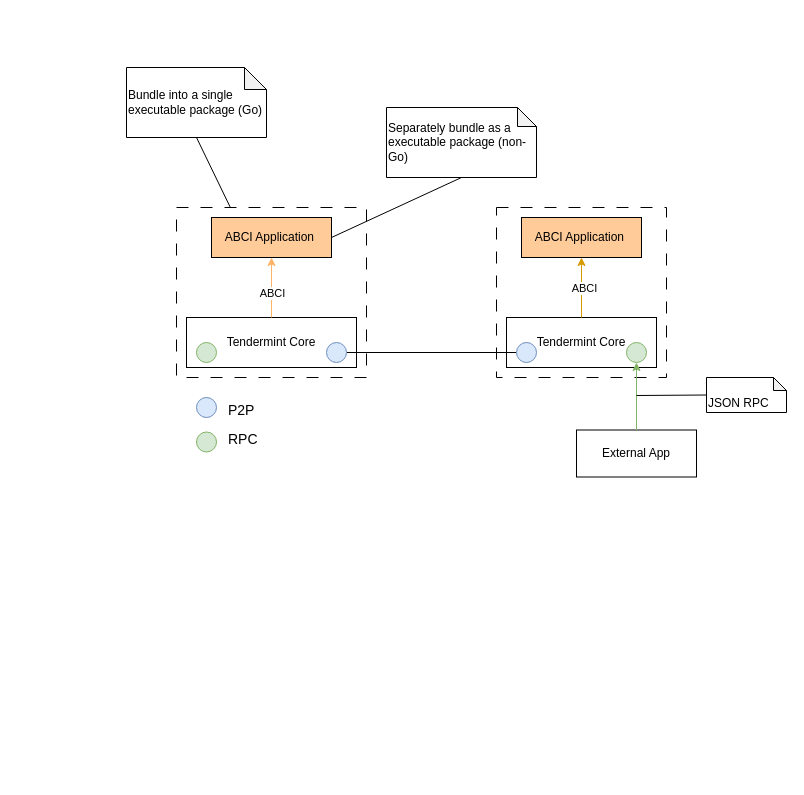
This is assets/drawio/tendermint-arch.drawio from paulwizviz/learn-tendermint, a draw.io file, before an edit. Source tidied: cells renumbered, new cells numbered last; positions are measured from the earlier drawing's top-left corner, leaving out a move shared by most shapes. Both pictures are drawn from the tidied source at 100%, with x=0, y=0 at pixel (126, 67).
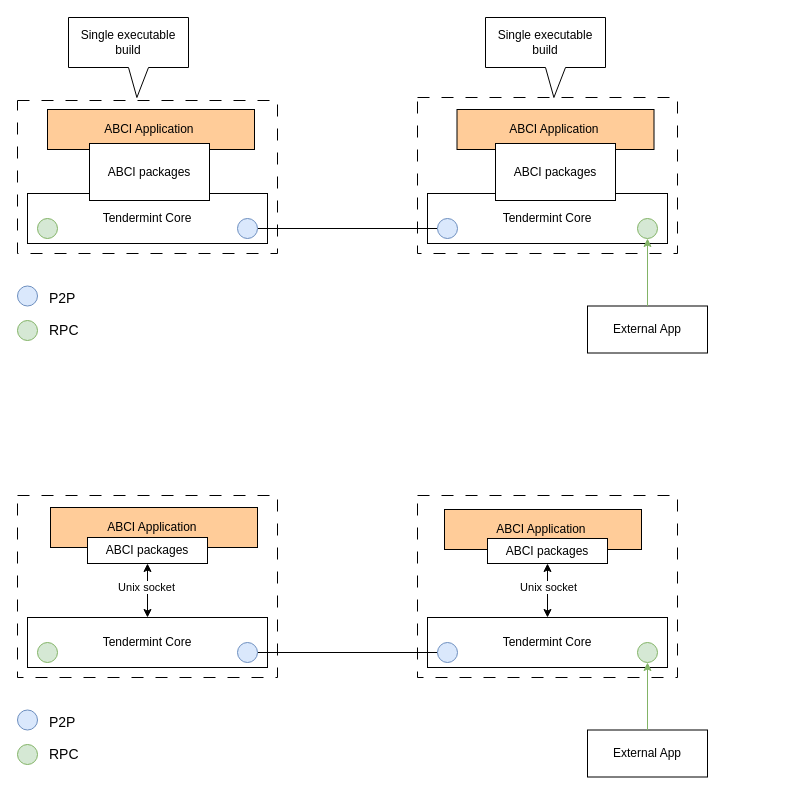
After the change.

The edit, as a diff of the source:
```diff
@@
+    <mxCell id="3" style="rounded=0;whiteSpace=wrap;html=1;fillColor=none;dashed=1;dashPattern=12 12;" parent="1" vertex="1">
+      <mxGeometry x="291" y="30" width="260" height="156" as="geometry" />
+    </mxCell>
     <mxCell id="2" value="Tendermint Core" style="rounded=0;whiteSpace=wrap;html=1;" parent="1" vertex="1">
-      <mxGeometry x="380" y="250" width="150" height="50" as="geometry" />
+      <mxGeometry x="301" y="126" width="240" height="50" as="geometry" />
     </mxCell>
-    <mxCell id="3" style="rounded=0;whiteSpace=wrap;html=1;fillColor=none;dashed=1;dashPattern=12 12;" parent="1" vertex="1">
-      <mxGeometry x="370" y="140" width="170" height="170" as="geometry" />
-    </mxCell>
     <mxCell id="4" style="rounded=0;whiteSpace=wrap;html=1;fillColor=none;dashed=1;dashPattern=12 12;" parent="1" vertex="1">
-      <mxGeometry x="50" y="140" width="190" height="170" as="geometry" />
+      <mxGeometry x="-109" y="33" width="260" height="153" as="geometry" />
     </mxCell>
-    <mxCell id="5" value="ABCI Application&amp;nbsp;" style="rounded=0;whiteSpace=wrap;html=1;fillColor=#FFCC99;" parent="1" vertex="1">
-      <mxGeometry x="85" y="150" width="120" height="40" as="geometry" />
-    </mxCell>
     <mxCell id="6" value="Tendermint Core" style="rounded=0;whiteSpace=wrap;html=1;" parent="1" vertex="1">
-      <mxGeometry x="60" y="250" width="170" height="50" as="geometry" />
+      <mxGeometry x="-99" y="126" width="240" height="50" as="geometry" />
     </mxCell>
-    <mxCell id="7" style="endArrow=classic;html=1;rounded=0;entryX=0.5;entryY=1;entryDx=0;entryDy=0;exitX=0.5;exitY=0;exitDx=0;exitDy=0;fillColor=#ffe6cc;strokeColor=#FFB366;" parent="1" edge="1" source="6" target="5">
-      <mxGeometry relative="1" as="geometry" />
-    </mxCell>
-    <mxCell id="8" value="ABCI" style="edgeLabel;html=1;align=center;verticalAlign=middle;" parent="7" vertex="1">
-      <mxGeometry x="0.23" y="1" relative="1" as="geometry">
-        <mxPoint x="1" y="12" as="offset" />
-      </mxGeometry>
-    </mxCell>
     <mxCell id="9" value="ABCI Application&amp;nbsp;" style="rounded=0;whiteSpace=wrap;html=1;fillColor=#FFCC99;" parent="1" vertex="1">
-      <mxGeometry x="395" y="150" width="120" height="40" as="geometry" />
+      <mxGeometry x="330.5" y="42" width="197" height="40" as="geometry" />
     </mxCell>
-    <mxCell id="10" style="endArrow=classic;html=1;rounded=0;entryX=0.5;entryY=1;entryDx=0;entryDy=0;exitX=0.5;exitY=0;exitDx=0;exitDy=0;fillColor=#ffe6cc;strokeColor=#d79b00;" parent="1" edge="1" source="2" target="9">
-      <mxGeometry relative="1" as="geometry" />
-    </mxCell>
-    <mxCell id="11" value="ABCI" style="edgeLabel;html=1;align=center;verticalAlign=middle;" parent="10" vertex="1">
-      <mxGeometry y="-2" relative="1" as="geometry" />
-    </mxCell>
-    <mxCell id="12" style="endArrow=none;html=1;rounded=0;exitX=1;exitY=0.5;exitDx=0;exitDy=0;entryX=0;entryY=0.5;entryDx=0;entryDy=0;" parent="1" edge="1" target="15">
+    <mxCell id="12" style="endArrow=none;html=1;rounded=0;exitX=1;exitY=0.5;exitDx=0;exitDy=0;entryX=0;entryY=0.5;entryDx=0;entryDy=0;" parent="1" edge="1">
       <mxGeometry relative="1" as="geometry">
-        <mxPoint x="220" y="285" as="sourcePoint" />
+        <mxPoint x="131" y="161" as="sourcePoint" />
+        <mxPoint x="311" y="161" as="targetPoint" />
       </mxGeometry>
     </mxCell>
     <mxCell id="13" style="ellipse;whiteSpace=wrap;html=1;fillColor=#dae8fc;strokeColor=#6c8ebf;" parent="1" vertex="1">
-      <mxGeometry x="200" y="275" width="20" height="20" as="geometry" />
+      <mxGeometry x="111" y="151" width="20" height="20" as="geometry" />
     </mxCell>
     <mxCell id="14" value="P2P" style="text;strokeColor=none;fillColor=none;html=1;fontSize=14;fontStyle=0;verticalAlign=middle;align=left;" parent="1" vertex="1">
-      <mxGeometry x="100" y="330" width="50" height="25" as="geometry" />
+      <mxGeometry x="-79" y="218.5" width="50" height="25" as="geometry" />
     </mxCell>
     <mxCell id="15" style="ellipse;whiteSpace=wrap;html=1;fillColor=#dae8fc;strokeColor=#6c8ebf;" parent="1" vertex="1">
-      <mxGeometry x="390" y="275" width="20" height="20" as="geometry" />
+      <mxGeometry x="311" y="151" width="20" height="20" as="geometry" />
     </mxCell>
     <mxCell id="16" style="ellipse;whiteSpace=wrap;html=1;fillColor=#dae8fc;strokeColor=#6c8ebf;" parent="1" vertex="1">
-      <mxGeometry x="70" y="330" width="20" height="20" as="geometry" />
+      <mxGeometry x="-109" y="218.5" width="20" height="20" as="geometry" />
     </mxCell>
     <mxCell id="17" style="ellipse;whiteSpace=wrap;html=1;fillColor=#d5e8d4;strokeColor=#82b366;" parent="1" vertex="1">
-      <mxGeometry x="70" y="364.5" width="20" height="20" as="geometry" />
+      <mxGeometry x="-109" y="253" width="20" height="20" as="geometry" />
     </mxCell>
     <mxCell id="18" value="RPC" style="text;strokeColor=none;fillColor=none;html=1;fontSize=14;fontStyle=0;verticalAlign=middle;align=left;" parent="1" vertex="1">
-      <mxGeometry x="100" y="357.5" width="50" height="29.5" as="geometry" />
+      <mxGeometry x="-79" y="250.5" width="50" height="25" as="geometry" />
     </mxCell>
     <mxCell id="19" style="ellipse;whiteSpace=wrap;html=1;fillColor=#d5e8d4;strokeColor=#82b366;" parent="1" vertex="1">
-      <mxGeometry x="70" y="275" width="20" height="20" as="geometry" />
+      <mxGeometry x="-89" y="151" width="20" height="20" as="geometry" />
     </mxCell>
     <mxCell id="20" style="ellipse;whiteSpace=wrap;html=1;fillColor=#d5e8d4;strokeColor=#82b366;" parent="1" vertex="1">
-      <mxGeometry x="500" y="275" width="20" height="20" as="geometry" />
+      <mxGeometry x="511" y="151" width="20" height="20" as="geometry" />
     </mxCell>
     <mxCell id="21" value="External App" style="rounded=0;whiteSpace=wrap;html=1;" parent="1" vertex="1">
-      <mxGeometry x="450" y="362.5" width="120" height="47" as="geometry" />
+      <mxGeometry x="461" y="238.5" width="120" height="47" as="geometry" />
     </mxCell>
@@
-    <mxCell id="23" value="&lt;span style=&quot;&quot;&gt;Separately bundle as a executable package (non-Go)&lt;/span&gt;" style="shape=note;whiteSpace=wrap;html=1;backgroundOutline=1;darkOpacity=0.05;align=left;size=19;" parent="1" vertex="1">
-      <mxGeometry x="260" y="40" width="150" height="70" as="geometry" />
-    </mxCell>
-    <mxCell id="24" value="&lt;span style=&quot;&quot;&gt;Bundle into a single executable package (Go)&lt;/span&gt;" style="shape=note;whiteSpace=wrap;html=1;backgroundOutline=1;darkOpacity=0.05;align=left;size=22;verticalAlign=middle;" parent="1" vertex="1">
-      <mxGeometry width="140" height="70" as="geometry" />
-    </mxCell>
-    <mxCell id="25" style="endArrow=none;html=1;rounded=0;entryX=0.5;entryY=1;entryDx=0;entryDy=0;entryPerimeter=0;" parent="1" edge="1" source="4" target="24">
-      <mxGeometry relative="1" as="geometry" />
-    </mxCell>
-    <mxCell id="26" style="endArrow=none;html=1;rounded=0;entryX=0.5;entryY=1;entryDx=0;entryDy=0;entryPerimeter=0;exitX=1;exitY=0.5;exitDx=0;exitDy=0;" parent="1" edge="1" source="5" target="23">
-      <mxGeometry relative="1" as="geometry" />
-    </mxCell>
-    <mxCell id="27" value="&lt;span style=&quot;&quot;&gt;JSON RPC&lt;/span&gt;" style="shape=note;whiteSpace=wrap;html=1;backgroundOutline=1;darkOpacity=0.05;align=left;size=13;verticalAlign=bottom;" parent="1" vertex="1">
-      <mxGeometry x="580" y="310" width="80" height="35" as="geometry" />
-    </mxCell>
-    <mxCell id="28" style="endArrow=none;html=1;rounded=0;entryX=0;entryY=0.5;entryDx=0;entryDy=0;entryPerimeter=0;" parent="1" edge="1" target="27">
-      <mxGeometry relative="1" as="geometry">
-        <mxPoint x="510" y="328" as="sourcePoint" />
-      </mxGeometry>
-    </mxCell>
+    <mxCell id="5" value="ABCI Application&amp;nbsp;" style="rounded=0;whiteSpace=wrap;html=1;fillColor=#FFCC99;" parent="1" vertex="1">
+      <mxGeometry x="-79" y="42" width="207" height="40" as="geometry" />
+    </mxCell>
+    <mxCell id="29" value="ABCI packages" style="rounded=0;whiteSpace=wrap;html=1;" parent="1" vertex="1">
+      <mxGeometry x="-37" y="76" width="120" height="57" as="geometry" />
+    </mxCell>
+    <mxCell id="30" value="ABCI packages" style="rounded=0;whiteSpace=wrap;html=1;" parent="1" vertex="1">
+      <mxGeometry x="369" y="76" width="120" height="57" as="geometry" />
+    </mxCell>
+    <mxCell id="31" value="Single executable build" style="shape=callout;whiteSpace=wrap;html=1;perimeter=calloutPerimeter;position2=0.57;" parent="1" vertex="1">
+      <mxGeometry x="-58" y="-50" width="120" height="80" as="geometry" />
+    </mxCell>
+    <mxCell id="32" value="Single executable build" style="shape=callout;whiteSpace=wrap;html=1;perimeter=calloutPerimeter;position2=0.57;" parent="1" vertex="1">
+      <mxGeometry x="359" y="-50" width="120" height="80" as="geometry" />
+    </mxCell>
+    <mxCell id="33" style="rounded=0;whiteSpace=wrap;html=1;fillColor=none;dashed=1;dashPattern=12 12;" parent="1" vertex="1">
+      <mxGeometry x="291" y="428" width="260" height="182" as="geometry" />
+    </mxCell>
+    <mxCell id="34" value="Tendermint Core" style="rounded=0;whiteSpace=wrap;html=1;" parent="1" vertex="1">
+      <mxGeometry x="301" y="550" width="240" height="50" as="geometry" />
+    </mxCell>
+    <mxCell id="35" style="rounded=0;whiteSpace=wrap;html=1;fillColor=none;dashed=1;dashPattern=12 12;" parent="1" vertex="1">
+      <mxGeometry x="-109" y="428" width="260" height="182" as="geometry" />
+    </mxCell>
+    <mxCell id="36" value="Tendermint Core" style="rounded=0;whiteSpace=wrap;html=1;" parent="1" vertex="1">
+      <mxGeometry x="-99" y="550" width="240" height="50" as="geometry" />
+    </mxCell>
+    <mxCell id="37" value="ABCI Application&amp;nbsp;" style="rounded=0;whiteSpace=wrap;html=1;fillColor=#FFCC99;" parent="1" vertex="1">
+      <mxGeometry x="318" y="442" width="197" height="40" as="geometry" />
+    </mxCell>
+    <mxCell id="38" style="endArrow=none;html=1;rounded=0;exitX=1;exitY=0.5;exitDx=0;exitDy=0;entryX=0;entryY=0.5;entryDx=0;entryDy=0;" parent="1" edge="1">
+      <mxGeometry relative="1" as="geometry">
+        <mxPoint x="131" y="585" as="sourcePoint" />
+        <mxPoint x="311" y="585" as="targetPoint" />
+      </mxGeometry>
+    </mxCell>
+    <mxCell id="39" style="ellipse;whiteSpace=wrap;html=1;fillColor=#dae8fc;strokeColor=#6c8ebf;" parent="1" vertex="1">
+      <mxGeometry x="111" y="575" width="20" height="20" as="geometry" />
+    </mxCell>
+    <mxCell id="40" value="P2P" style="text;strokeColor=none;fillColor=none;html=1;fontSize=14;fontStyle=0;verticalAlign=middle;align=left;" parent="1" vertex="1">
+      <mxGeometry x="-79" y="642.5" width="50" height="25" as="geometry" />
+    </mxCell>
+    <mxCell id="41" style="ellipse;whiteSpace=wrap;html=1;fillColor=#dae8fc;strokeColor=#6c8ebf;" parent="1" vertex="1">
+      <mxGeometry x="311" y="575" width="20" height="20" as="geometry" />
+    </mxCell>
+    <mxCell id="42" style="ellipse;whiteSpace=wrap;html=1;fillColor=#dae8fc;strokeColor=#6c8ebf;" parent="1" vertex="1">
+      <mxGeometry x="-109" y="642.5" width="20" height="20" as="geometry" />
+    </mxCell>
+    <mxCell id="43" style="ellipse;whiteSpace=wrap;html=1;fillColor=#d5e8d4;strokeColor=#82b366;" parent="1" vertex="1">
+      <mxGeometry x="-109" y="677" width="20" height="20" as="geometry" />
+    </mxCell>
+    <mxCell id="44" value="RPC" style="text;strokeColor=none;fillColor=none;html=1;fontSize=14;fontStyle=0;verticalAlign=middle;align=left;" parent="1" vertex="1">
+      <mxGeometry x="-79" y="674.5" width="50" height="25" as="geometry" />
+    </mxCell>
+    <mxCell id="45" style="ellipse;whiteSpace=wrap;html=1;fillColor=#d5e8d4;strokeColor=#82b366;" parent="1" vertex="1">
+      <mxGeometry x="-89" y="575" width="20" height="20" as="geometry" />
+    </mxCell>
+    <mxCell id="46" style="ellipse;whiteSpace=wrap;html=1;fillColor=#d5e8d4;strokeColor=#82b366;" parent="1" vertex="1">
+      <mxGeometry x="511" y="575" width="20" height="20" as="geometry" />
+    </mxCell>
+    <mxCell id="47" value="External App" style="rounded=0;whiteSpace=wrap;html=1;" parent="1" vertex="1">
+      <mxGeometry x="461" y="662.5" width="120" height="47" as="geometry" />
+    </mxCell>
+    <mxCell id="48" style="endArrow=classic;html=1;rounded=0;entryX=0.5;entryY=1;entryDx=0;entryDy=0;exitX=0.5;exitY=0;exitDx=0;exitDy=0;fillColor=#d5e8d4;strokeColor=#82b366;" parent="1" edge="1" source="47" target="46">
+      <mxGeometry relative="1" as="geometry" />
+    </mxCell>
+    <mxCell id="49" value="ABCI Application&amp;nbsp;" style="rounded=0;whiteSpace=wrap;html=1;fillColor=#FFCC99;" parent="1" vertex="1">
+      <mxGeometry x="-76" y="440" width="207" height="40" as="geometry" />
+    </mxCell>
+    <mxCell id="50" value="ABCI packages" style="rounded=0;whiteSpace=wrap;html=1;" parent="1" vertex="1">
+      <mxGeometry x="-39" y="470" width="120" height="26" as="geometry" />
+    </mxCell>
+    <mxCell id="51" value="ABCI packages" style="rounded=0;whiteSpace=wrap;html=1;" parent="1" vertex="1">
+      <mxGeometry x="361" y="471" width="120" height="25" as="geometry" />
+    </mxCell>
+    <mxCell id="52" style="endArrow=classic;html=1;rounded=0;entryX=0.5;entryY=1;entryDx=0;entryDy=0;startArrow=classic;startFill=1;" parent="1" edge="1" source="36" target="50">
+      <mxGeometry relative="1" as="geometry" />
+    </mxCell>
+    <mxCell id="53" value="Unix socket" style="edgeLabel;html=1;align=center;verticalAlign=middle;" parent="52" vertex="1">
+      <mxGeometry x="-0.26" y="-1" relative="1" as="geometry">
+        <mxPoint x="-3" y="-11" as="offset" />
+      </mxGeometry>
+    </mxCell>
+    <mxCell id="54" style="endArrow=classic;html=1;rounded=0;entryX=0.5;entryY=1;entryDx=0;entryDy=0;exitX=0.5;exitY=0;exitDx=0;exitDy=0;startArrow=classic;startFill=1;" parent="1" edge="1" source="34" target="51">
+      <mxGeometry relative="1" as="geometry" />
+    </mxCell>
+    <mxCell id="55" value="Unix socket" style="edgeLabel;html=1;align=center;verticalAlign=middle;" parent="54" vertex="1">
+      <mxGeometry x="-0.07" y="1" relative="1" as="geometry">
+        <mxPoint x="1" y="-6" as="offset" />
+      </mxGeometry>
+    </mxCell>
```
